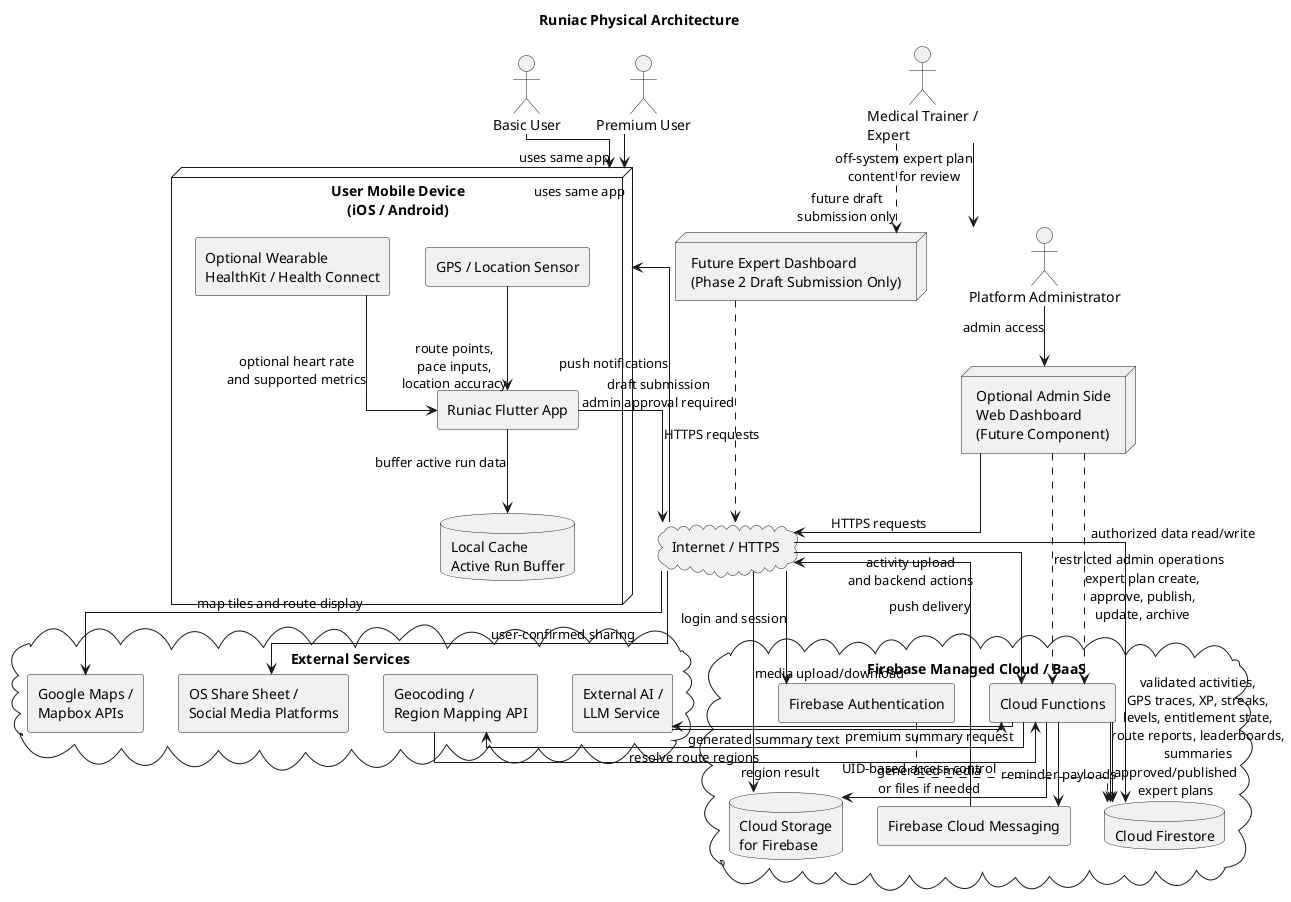
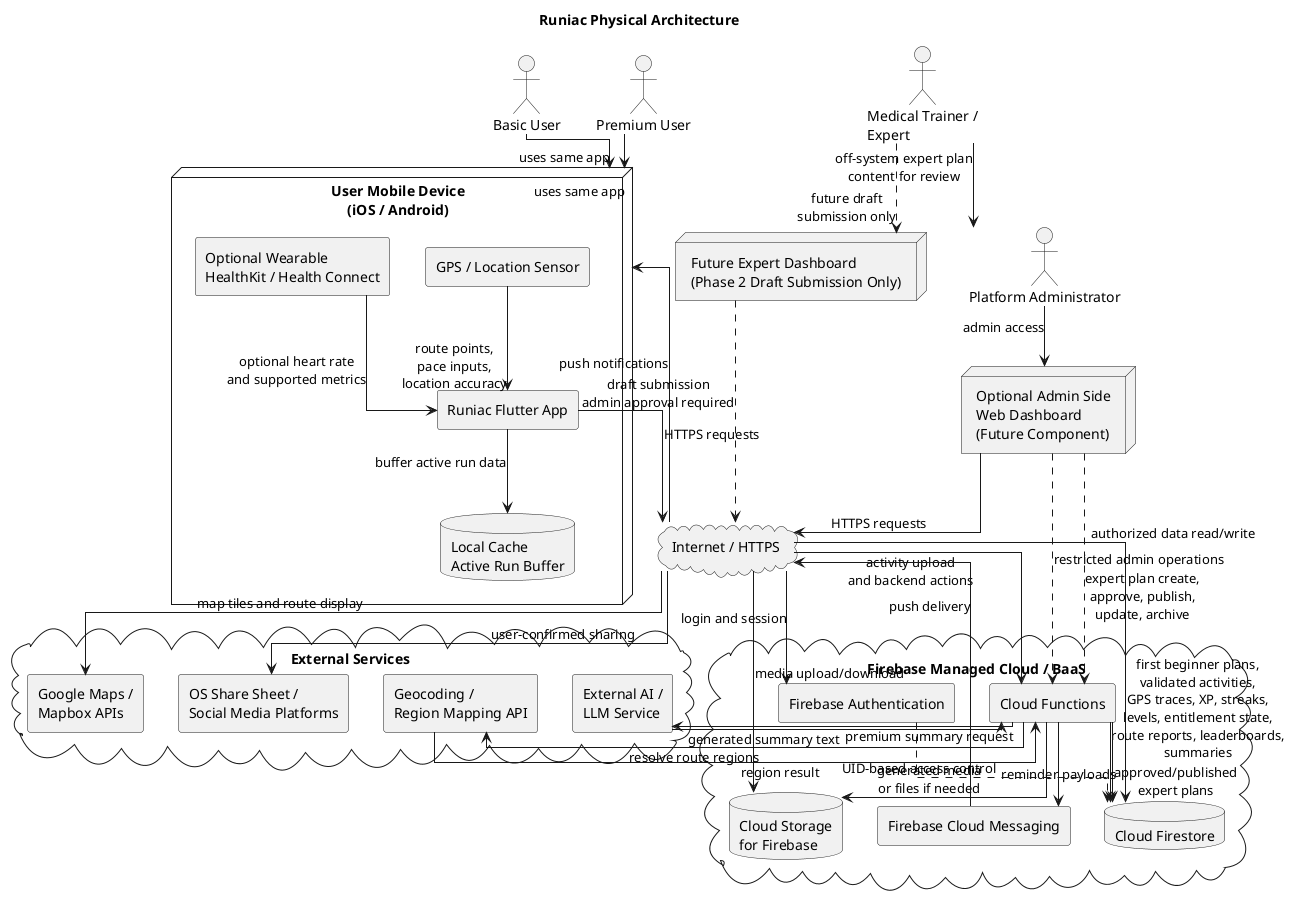
@startuml Runiac_Physical_Architecture
title Runiac Physical Architecture

skinparam componentStyle rectangle
skinparam shadowing false
skinparam linetype ortho
skinparam packageStyle rectangle

actor "Basic User" as BasicUser
actor "Premium User" as PremiumUser
actor "Platform Administrator" as Admin
actor "Medical Trainer /\nExpert" as Expert

node "User Mobile Device\n(iOS / Android)" as Mobile {
  component "Runiac Flutter App" as App
  component "GPS / Location Sensor" as GPS
  component "Optional Wearable\nHealthKit / Health Connect" as Wearable
  database "Local Cache\nActive Run Buffer" as LocalCache
}

cloud "Internet / HTTPS" as Internet

node "Optional Admin Side\nWeb Dashboard\n(Future Component)" as AdminDash
node "Future Expert Dashboard\n(Phase 2 Draft Submission Only)" as ExpertDash

cloud "Firebase Managed Cloud / BaaS" as Firebase {
  component "Firebase Authentication" as Auth
  database "Cloud Firestore" as Firestore
  component "Cloud Functions" as Functions
  component "Firebase Cloud Messaging" as FCM
  database "Cloud Storage\nfor Firebase" as Storage
}

cloud "External Services" as External {
  component "Google Maps /\nMapbox APIs" as Maps
  component "Geocoding /\nRegion Mapping API" as Geo
  component "External AI /\nLLM Service" as LLM
  component "OS Share Sheet /\nSocial Media Platforms" as Share
}

BasicUser --> Mobile : uses same app
PremiumUser --> Mobile : uses same app
GPS --> App : route points,\npace inputs,\nlocation accuracy
Wearable --> App : optional heart rate\nand supported metrics
App --> LocalCache : buffer active run data

App --> Internet : HTTPS requests
Admin --> AdminDash : admin access
AdminDash --> Internet : HTTPS requests

Internet --> Auth : login and session
Internet --> Firestore : authorized data read/write
Internet --> Functions : activity upload\nand backend actions
Internet --> Storage : media upload/download
Internet --> Maps : map tiles and route display
Internet --> Share : user-confirmed sharing

- Functions --> Firestore : validated activities,\nGPS traces, XP, streaks,\nlevels, entitlement state,\nroute reports, leaderboards,\nsummaries
+ Functions --> Firestore : first beginner plans,\nvalidated activities,\nGPS traces, XP, streaks,\nlevels, entitlement state,\nroute reports, leaderboards,\nsummaries
Functions --> Firestore : approved/published\nexpert plans
Functions --> Storage : generated media\nor files if needed
Functions --> FCM : reminder payloads
FCM --> Internet : push delivery
Internet --> Mobile : push notifications

Functions --> Geo : resolve route regions
Geo --> Functions : region result

Functions --> LLM : premium summary request
LLM --> Functions : generated summary text

Auth ..> Firestore : UID-based access control
AdminDash ..> Functions : restricted admin operations
Expert --> Admin : off-system expert plan\ncontent for review
Expert ..> ExpertDash : future draft\nsubmission only
ExpertDash ..> Internet : draft submission\nadmin approval required
AdminDash ..> Functions : expert plan create,\napprove, publish,\nupdate, archive

@enduml
